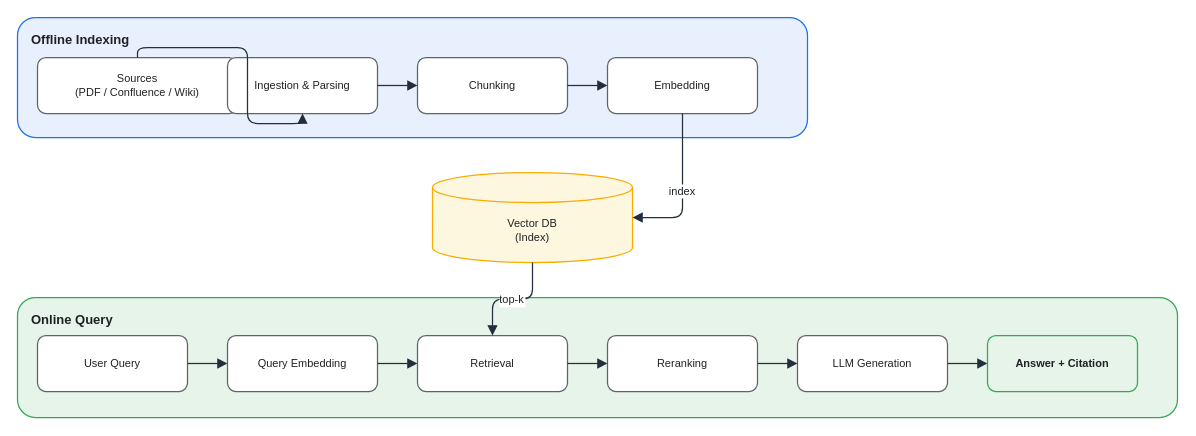
KKamJi98/kkamji98.github.io keeps this draw.io diagram as assets/img/ai/rag-01-pipeline.drawio. Above is the earlier version. Source tidied: cells renumbered, new cells numbered last; positions are measured from the earlier drawing's top-left corner, leaving out a move shared by most shapes. Both pictures are drawn from the tidied source at 100%, with x=0, y=0 at pixel (17, 17).
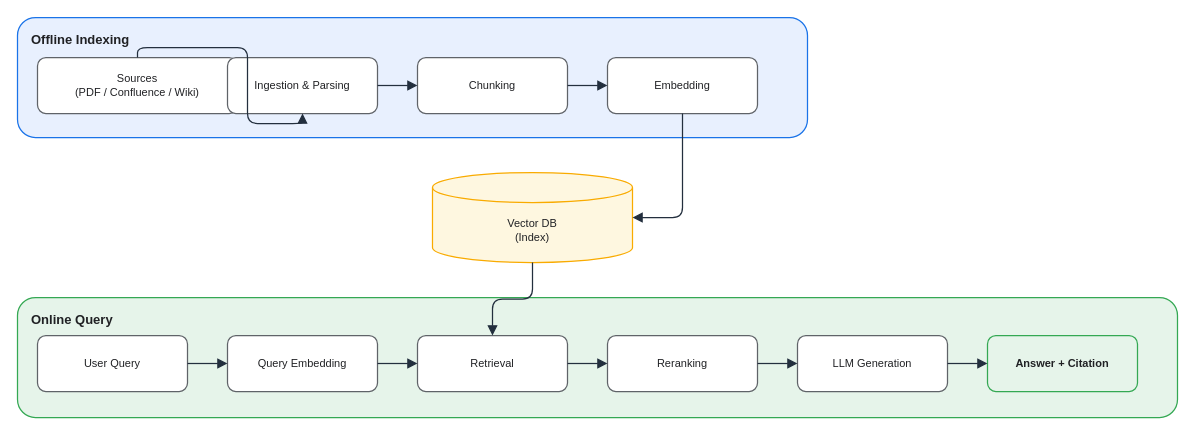
The same page after the edit.

Unchanged cells that the change refers to:
```xml
<mxCell id="7" value="Embedding" style="rounded=1;whiteSpace=wrap;html=0;fillColor=#FFFFFF;strokeColor=#5F6368;shadow=0;fontSize=11;fontColor=#202124;strokeWidth=1.25;" parent="1" vertex="1">
  <mxGeometry x="590" y="40" width="150" height="56" as="geometry" />
</mxCell>
<mxCell id="8" value="Vector DB&#10;(Index)" style="shape=cylinder3;whiteSpace=wrap;html=0;fillColor=#FEF7E0;strokeColor=#F9AB00;shadow=0;fontSize=11;fontColor=#202124;boundedLbl=1;strokeWidth=1.25;" parent="1" vertex="1">
  <mxGeometry x="415" y="155" width="200" height="90" as="geometry" />
</mxCell>
<mxCell id="11" value="Retrieval" style="rounded=1;whiteSpace=wrap;html=0;fillColor=#FFFFFF;strokeColor=#5F6368;shadow=0;fontSize=11;fontColor=#202124;strokeWidth=1.25;" parent="1" vertex="1">
  <mxGeometry x="400" y="318" width="150" height="56" as="geometry" />
</mxCell>
```

Change to the diagram source:
```diff
@@
-    <mxCell id="18" value="index" style="edgeStyle=orthogonalEdgeStyle;rounded=1;html=0;endArrow=block;strokeColor=#232F3E;fontColor=#202124;fontSize=11;labelBackgroundColor=#FFFFFF;strokeWidth=1.25;endSize=7;" parent="1" edge="1" source="7" target="8">
+    <mxCell id="18" style="edgeStyle=orthogonalEdgeStyle;rounded=1;html=0;endArrow=block;strokeColor=#232F3E;fontColor=#202124;fontSize=11;labelBackgroundColor=none;strokeWidth=1.25;endSize=7;" parent="1" edge="1" source="7" target="8">
       <mxGeometry relative="1" as="geometry">
         <Array as="points">
           <mxPoint x="665" y="200" />
           <mxPoint x="535" y="200" />
         </Array>
       </mxGeometry>
     </mxCell>
-    <mxCell id="19" value="top-k" style="edgeStyle=orthogonalEdgeStyle;rounded=1;html=0;endArrow=block;strokeColor=#232F3E;fontColor=#202124;fontSize=11;labelBackgroundColor=#FFFFFF;strokeWidth=1.25;endSize=7;" parent="1" edge="1" source="8" target="11">
+    <mxCell id="19" style="edgeStyle=orthogonalEdgeStyle;rounded=1;html=0;endArrow=block;strokeColor=#232F3E;fontColor=#202124;fontSize=11;labelBackgroundColor=none;strokeWidth=1.25;endSize=7;" parent="1" edge="1" source="8" target="11">
       <mxGeometry relative="1" as="geometry" />
     </mxCell>
```
